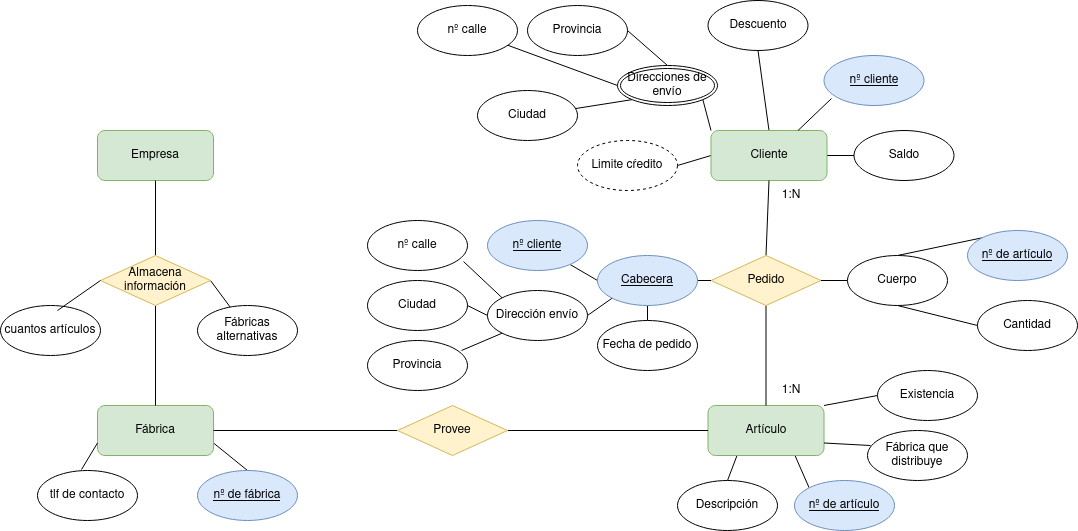
Above: Unidad-1/Tareas/Tarea-2/Ejercicio3.drawio.png in LuisMGlez/base-datos (draw.io), before the change. Source tidied: cells renumbered, new cells last; positions are measured from the earlier drawing's top-left corner, leaving out a move shared by most shapes.
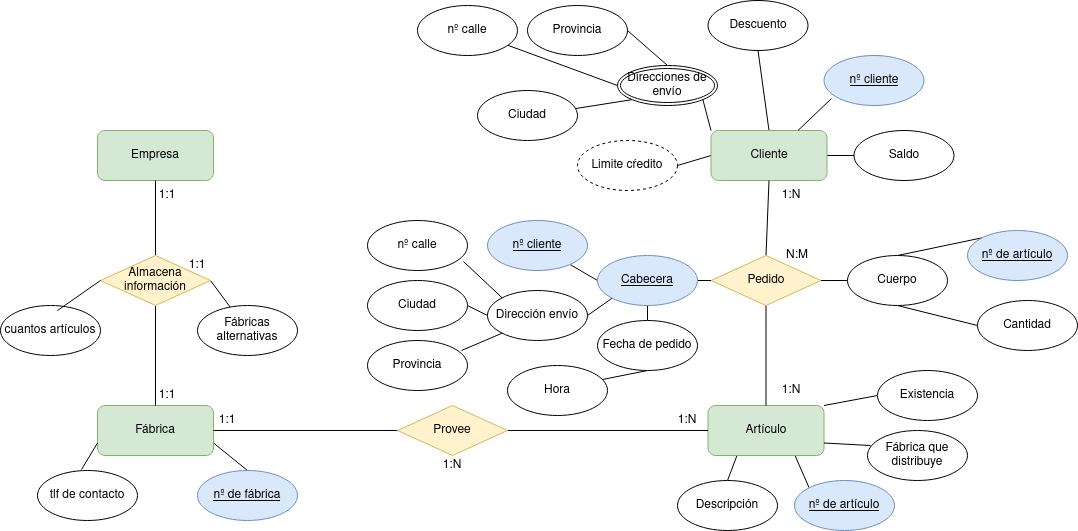
After the commit.

Change to the diagram source:
```diff
@@ -137,6 +137,11 @@
     <mxCell id="46" value="Dirección envío" style="ellipse;whiteSpace=wrap;html=1;" parent="1" vertex="1">
       <mxGeometry x="487" y="290" width="100" height="50" as="geometry" />
     </mxCell>
+    <mxCell id="69" style="rounded=0;jettySize=auto;html=1;exitX=0.5;exitY=1;exitDx=0;exitDy=0;endArrow=none;endFill=0;" parent="1" edge="1" source="47">
+      <mxGeometry relative="1" as="geometry">
+        <mxPoint x="597" y="380" as="targetPoint" />
+      </mxGeometry>
+    </mxCell>
     <mxCell id="47" value="Fecha de pedido" style="ellipse;whiteSpace=wrap;html=1;" parent="1" vertex="1">
       <mxGeometry x="597" y="320" width="100" height="50" as="geometry" />
     </mxCell>
@@ -203,5 +208,29 @@
     <mxCell id="68" value="1:N" style="text;strokeColor=none;align=center;fillColor=none;html=1;verticalAlign=middle;whiteSpace=wrap;rounded=0;" parent="1" vertex="1">
       <mxGeometry x="760.5" y="180" width="60" height="30" as="geometry" />
     </mxCell>
+    <mxCell id="70" value="N:M" style="text;strokeColor=none;align=center;fillColor=none;html=1;verticalAlign=middle;whiteSpace=wrap;rounded=0;" parent="1" vertex="1">
+      <mxGeometry x="766.5" y="240" width="60" height="30" as="geometry" />
+    </mxCell>
+    <mxCell id="71" value="1:N" style="text;strokeColor=none;align=center;fillColor=none;html=1;verticalAlign=middle;whiteSpace=wrap;rounded=0;" parent="1" vertex="1">
+      <mxGeometry x="657" y="405" width="60" height="30" as="geometry" />
+    </mxCell>
+    <mxCell id="72" value="1:1" style="text;strokeColor=none;align=center;fillColor=none;html=1;verticalAlign=middle;whiteSpace=wrap;rounded=0;" parent="1" vertex="1">
+      <mxGeometry x="197" y="405" width="60" height="30" as="geometry" />
+    </mxCell>
+    <mxCell id="73" value="1:N" style="text;strokeColor=none;align=center;fillColor=none;html=1;verticalAlign=middle;whiteSpace=wrap;rounded=0;" parent="1" vertex="1">
+      <mxGeometry x="422" y="450" width="60" height="30" as="geometry" />
+    </mxCell>
+    <mxCell id="74" value="Hora" style="ellipse;whiteSpace=wrap;html=1;" parent="1" vertex="1">
+      <mxGeometry x="507" y="365" width="100" height="50" as="geometry" />
+    </mxCell>
+    <mxCell id="75" value="1:1" style="text;strokeColor=none;align=center;fillColor=none;html=1;verticalAlign=middle;whiteSpace=wrap;rounded=0;" parent="1" vertex="1">
+      <mxGeometry x="137" y="380" width="60" height="30" as="geometry" />
+    </mxCell>
+    <mxCell id="76" value="1:1" style="text;strokeColor=none;align=center;fillColor=none;html=1;verticalAlign=middle;whiteSpace=wrap;rounded=0;" parent="1" vertex="1">
+      <mxGeometry x="137" y="180" width="60" height="30" as="geometry" />
+    </mxCell>
+    <mxCell id="77" value="1:1" style="text;strokeColor=none;align=center;fillColor=none;html=1;verticalAlign=middle;whiteSpace=wrap;rounded=0;" parent="1" vertex="1">
+      <mxGeometry x="167" y="250" width="60" height="30" as="geometry" />
+    </mxCell>
   </root>
 </mxGraphModel>
```
